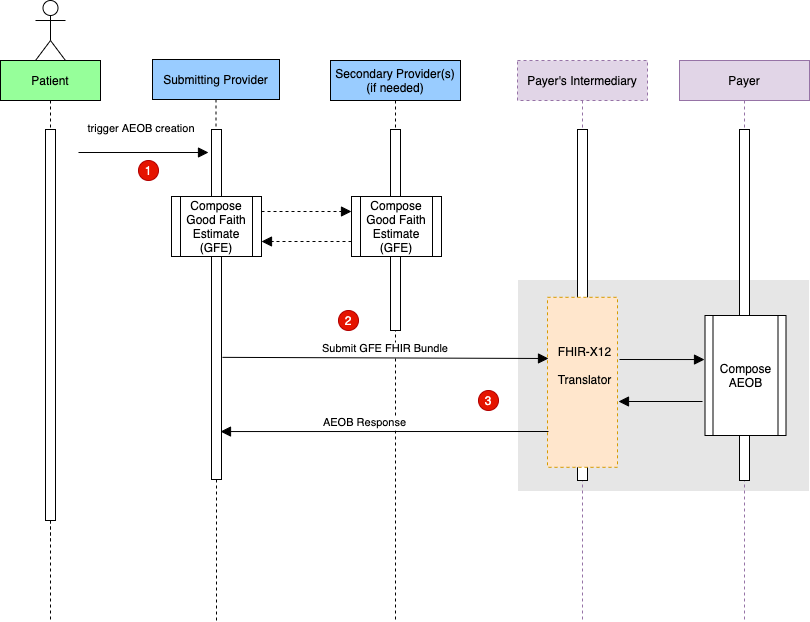
The draw.io diagram input/images/SubmitAEOB.drawio.png in HL7/davinci-pct, before a commit. Source tidied: cells renumbered, new cells last; positions are measured from the earlier drawing's top-left corner, leaving out a move shared by most shapes.
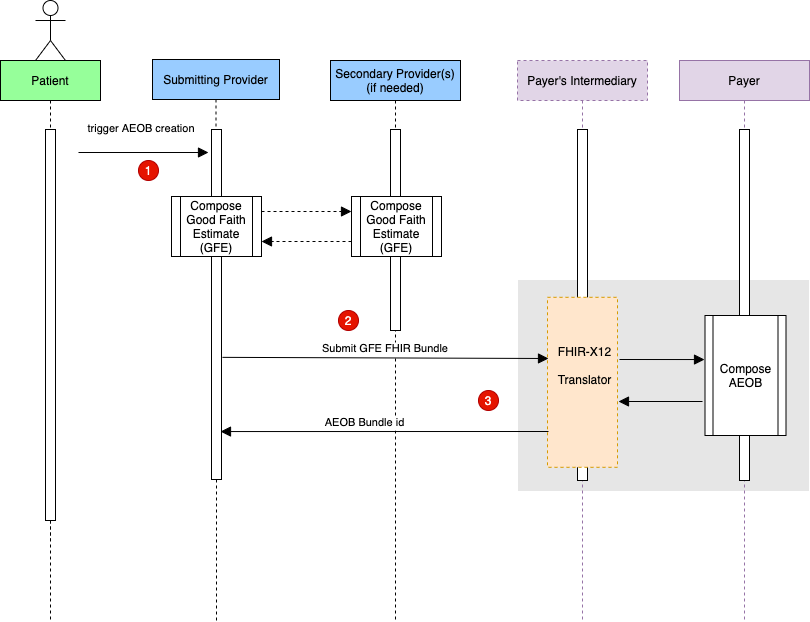
After the commit.

Change to the diagram source:
```diff
@@ -88,7 +88,7 @@
     <mxCell id="26" value="Compose AEOB" style="shape=process;whiteSpace=wrap;html=1;backgroundOutline=1;" parent="1" vertex="1">
       <mxGeometry x="704.5" y="315" width="81" height="120" as="geometry" />
     </mxCell>
-    <mxCell id="27" value=" AEOB Response" style="verticalAlign=bottom;endArrow=block;endSize=8;shadow=0;strokeWidth=1;endFill=1;entryX=0.9;entryY=0.863;entryDx=0;entryDy=0;entryPerimeter=0;" parent="1" edge="1" target="5">
+    <mxCell id="27" value=" AEOB Bundle id" style="verticalAlign=bottom;endArrow=block;endSize=8;shadow=0;strokeWidth=1;endFill=1;entryX=0.9;entryY=0.863;entryDx=0;entryDy=0;entryPerimeter=0;" parent="1" edge="1" target="5">
       <mxGeometry x="0.13" relative="1" as="geometry">
         <mxPoint x="548" y="431" as="sourcePoint" />
       </mxGeometry>
```
